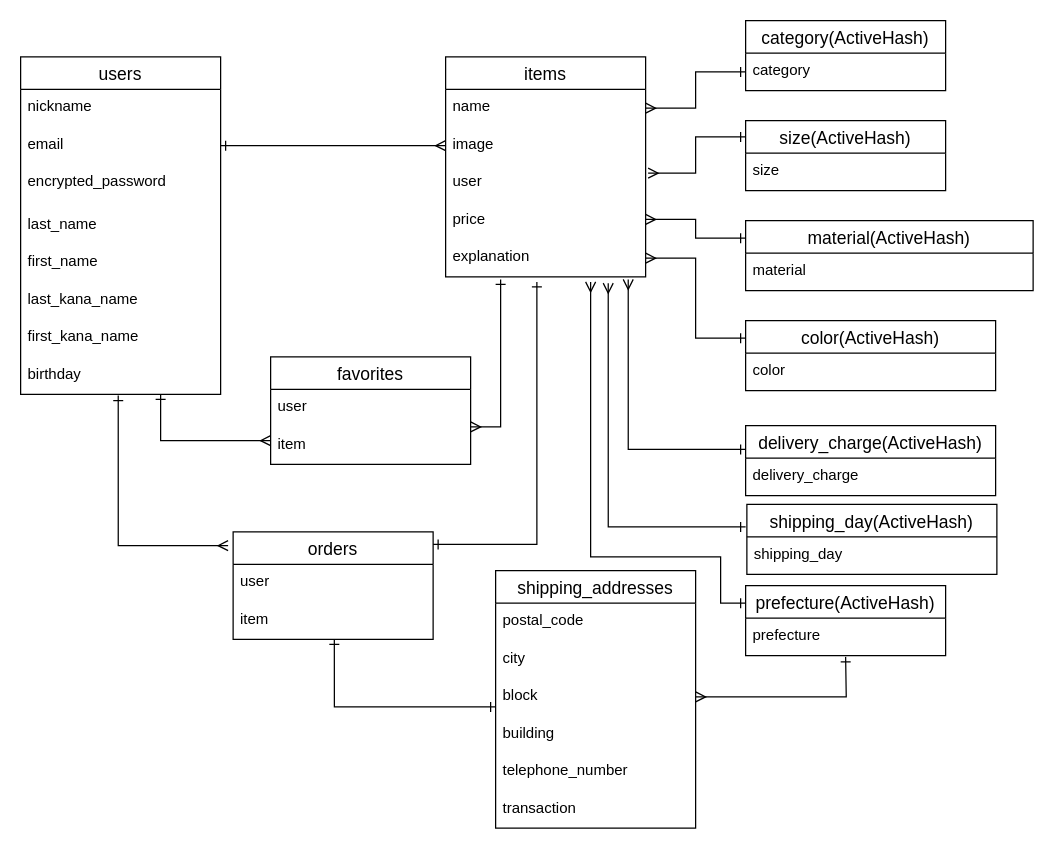
Before: ER.dio in kei-sukey/hand_match_app, a draw.io diagram. Source tidied: cells renumbered, new cells numbered last; positions are measured from the earlier drawing's top-left corner, leaving out a move shared by most shapes. Both pictures are drawn from the tidied source at 125%, with x=0, y=0 at pixel (20, 20).
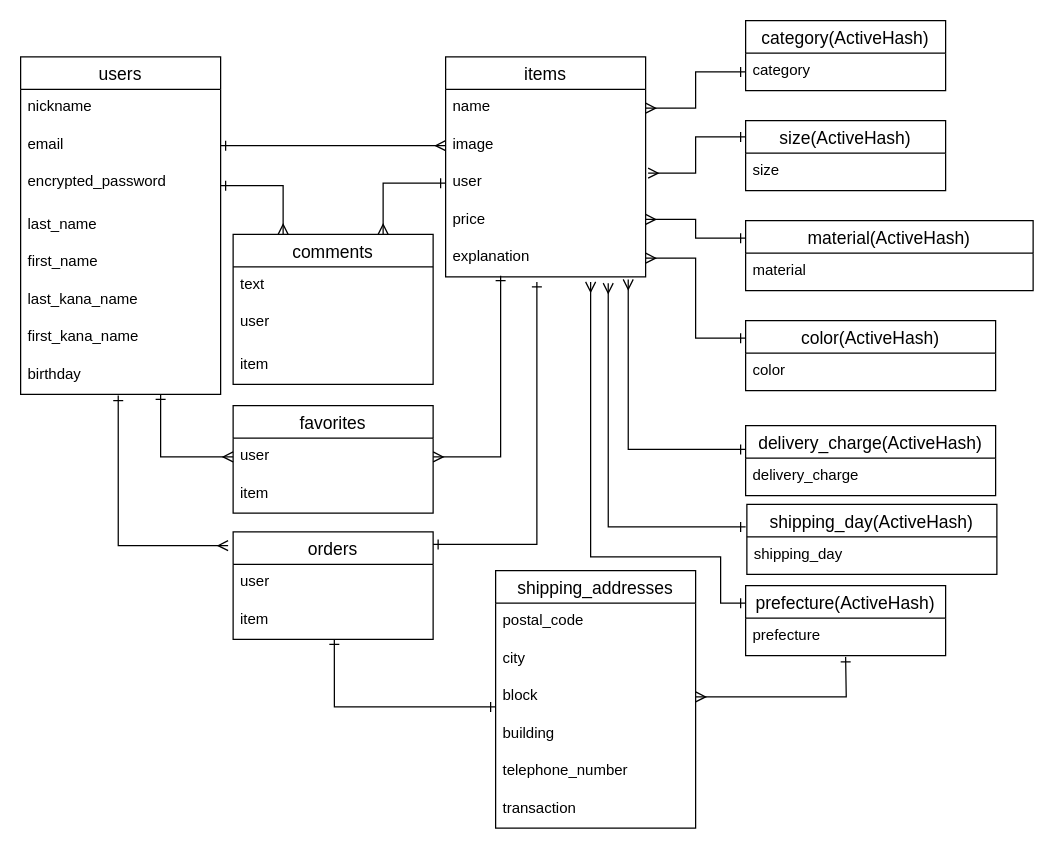
The same page after the edit.

Unchanged cells that the change refers to:
```xml
<mxCell id="5" value="encrypted_password" style="text;strokeColor=none;fillColor=none;spacingLeft=4;spacingRight=4;overflow=hidden;points=[[0,0.5],[1,0.5]];portConstraint=eastwest;fontSize=12;" parent="2" vertex="1">
  <mxGeometry y="86" width="160" height="34" as="geometry" />
</mxCell>
<mxCell id="14" value="user" style="text;strokeColor=none;fillColor=none;spacingLeft=4;spacingRight=4;overflow=hidden;points=[[0,0.5],[1,0.5]];portConstraint=eastwest;fontSize=12;shadow=0;" parent="11" vertex="1">
  <mxGeometry y="86" width="160" height="30" as="geometry" />
</mxCell>
<mxCell id="16" value="explanation" style="text;strokeColor=none;fillColor=none;spacingLeft=4;spacingRight=4;overflow=hidden;points=[[0,0.5],[1,0.5]];portConstraint=eastwest;fontSize=12;shadow=0;" parent="11" vertex="1">
  <mxGeometry y="146" width="160" height="30" as="geometry" />
</mxCell>
<mxCell id="54" value="user" style="text;strokeColor=none;fillColor=none;spacingLeft=4;spacingRight=4;overflow=hidden;points=[[0,0.5],[1,0.5]];portConstraint=eastwest;fontSize=12;" parent="53" vertex="1">
  <mxGeometry y="26" width="160" height="30" as="geometry" />
</mxCell>
```

Diff of the diagram source:
```diff
@@
     <mxCell id="53" value="favorites" style="swimlane;fontStyle=0;horizontal=1;startSize=26;align=center;fontSize=14;shadow=0;" parent="1" vertex="1">
-      <mxGeometry x="200" y="269" width="160" height="86" as="geometry" />
+      <mxGeometry x="170" y="308" width="160" height="86" as="geometry" />
     </mxCell>
@@
+    <mxCell id="58" value="item" style="text;strokeColor=none;fillColor=none;spacingLeft=4;spacingRight=4;overflow=hidden;fontSize=12;" parent="53" vertex="1">
+      <mxGeometry y="56" width="160" height="30" as="geometry" />
+    </mxCell>
+    <mxCell id="57" style="edgeStyle=orthogonalEdgeStyle;rounded=0;jettySize=auto;html=1;startArrow=ERmany;startFill=0;endArrow=ERone;endFill=0;exitX=0;exitY=0.5;exitDx=0;exitDy=0;" parent="1" edge="1" source="54">
+      <mxGeometry relative="1" as="geometry">
+        <mxPoint x="112" y="299" as="targetPoint" />
+        <Array as="points">
+          <mxPoint x="112" y="349" />
+        </Array>
+      </mxGeometry>
+    </mxCell>
+    <mxCell id="59" value="comments" style="swimlane;fontStyle=0;horizontal=1;startSize=26;align=center;fontSize=14;shadow=0;" parent="1" vertex="1">
+      <mxGeometry x="170" y="171" width="160" height="120" as="geometry" />
+    </mxCell>
+    <mxCell id="60" value="text" style="text;strokeColor=none;fillColor=none;spacingLeft=4;spacingRight=4;overflow=hidden;fontSize=12;" parent="59" vertex="1">
+      <mxGeometry y="26" width="160" height="30" as="geometry" />
+    </mxCell>
+    <mxCell id="61" value="user" style="text;strokeColor=none;fillColor=none;spacingLeft=4;spacingRight=4;overflow=hidden;fontSize=12;" parent="59" vertex="1">
+      <mxGeometry y="56" width="160" height="34" as="geometry" />
+    </mxCell>
+    <mxCell id="56" value="item" style="text;strokeColor=none;fillColor=none;spacingLeft=4;spacingRight=4;overflow=hidden;fontSize=12;" parent="59" vertex="1">
+      <mxGeometry y="90" width="160" height="30" as="geometry" />
+    </mxCell>
+    <mxCell id="62" style="edgeStyle=orthogonalEdgeStyle;rounded=0;jettySize=auto;html=1;exitX=1;exitY=0.5;exitDx=0;exitDy=0;endArrow=ERmany;endFill=0;startArrow=ERone;startFill=0;entryX=0.25;entryY=0;entryDx=0;entryDy=0;" parent="1" edge="1" source="5" target="59">
+      <mxGeometry relative="1" as="geometry" />
+    </mxCell>
+    <mxCell id="63" style="edgeStyle=orthogonalEdgeStyle;rounded=0;jettySize=auto;html=1;exitX=0;exitY=0.5;exitDx=0;exitDy=0;endArrow=ERmany;endFill=0;startArrow=ERone;startFill=0;entryX=0.75;entryY=0;entryDx=0;entryDy=0;" parent="1" edge="1" source="14" target="59">
+      <mxGeometry relative="1" as="geometry" />
+    </mxCell>
-    <mxCell id="55" style="edgeStyle=orthogonalEdgeStyle;rounded=0;jettySize=auto;html=1;startArrow=ERmany;startFill=0;endArrow=ERone;endFill=0;entryX=0.275;entryY=1.067;entryDx=0;entryDy=0;entryPerimeter=0;exitX=-0.025;exitY=0.128;exitDx=0;exitDy=0;exitPerimeter=0;" parent="53" edge="1" target="16">
+    <mxCell id="55" style="edgeStyle=orthogonalEdgeStyle;rounded=0;jettySize=auto;html=1;startArrow=ERmany;startFill=0;endArrow=ERone;endFill=0;entryX=0.275;entryY=0.967;entryDx=0;entryDy=0;entryPerimeter=0;exitX=1;exitY=0.5;exitDx=0;exitDy=0;" parent="1" edge="1" source="54" target="16">
       <mxGeometry relative="1" as="geometry">
-        <mxPoint x="160" y="56" as="sourcePoint" />
         <Array as="points">
-          <mxPoint x="184" y="56" />
+          <mxPoint x="384" y="349" />
         </Array>
       </mxGeometry>
     </mxCell>
-    <mxCell id="56" value="item" style="text;strokeColor=none;fillColor=none;spacingLeft=4;spacingRight=4;overflow=hidden;fontSize=12;" parent="53" vertex="1">
-      <mxGeometry y="56" width="160" height="30" as="geometry" />
-    </mxCell>
-    <mxCell id="57" style="edgeStyle=orthogonalEdgeStyle;rounded=0;orthogonalLoop=1;jettySize=auto;html=1;startArrow=ERmany;startFill=0;endArrow=ERone;endFill=0;exitX=-0.025;exitY=0.128;exitDx=0;exitDy=0;exitPerimeter=0;" parent="1" edge="1">
-      <mxGeometry relative="1" as="geometry">
-        <mxPoint x="200" y="336" as="sourcePoint" />
-        <mxPoint x="112" y="299" as="targetPoint" />
-        <Array as="points">
-          <mxPoint x="112" y="336" />
-        </Array>
-      </mxGeometry>
-    </mxCell>
```
